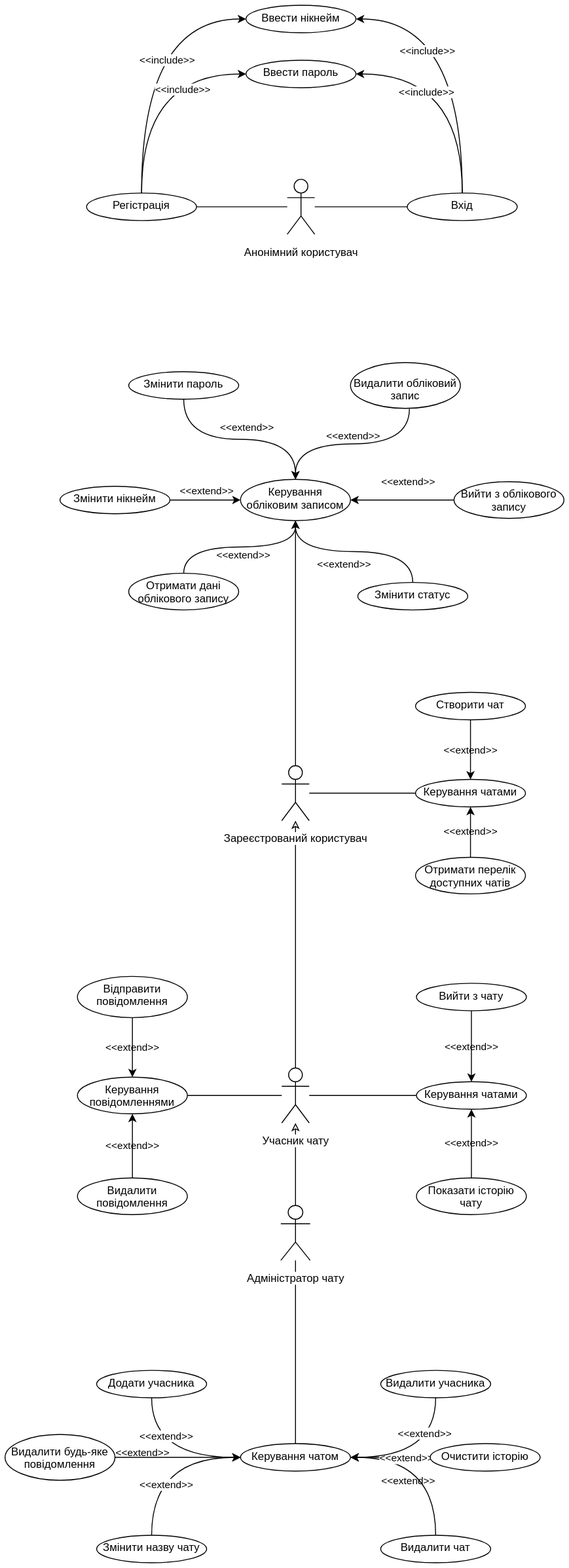
The draw.io diagram lab/img/Precedent_Diagram.svg in Aikmiros/Dotnet-labs, before a commit. Source tidied: cells renumbered, new cells last; positions are measured from the earlier drawing's top-left corner, leaving out a move shared by most shapes.
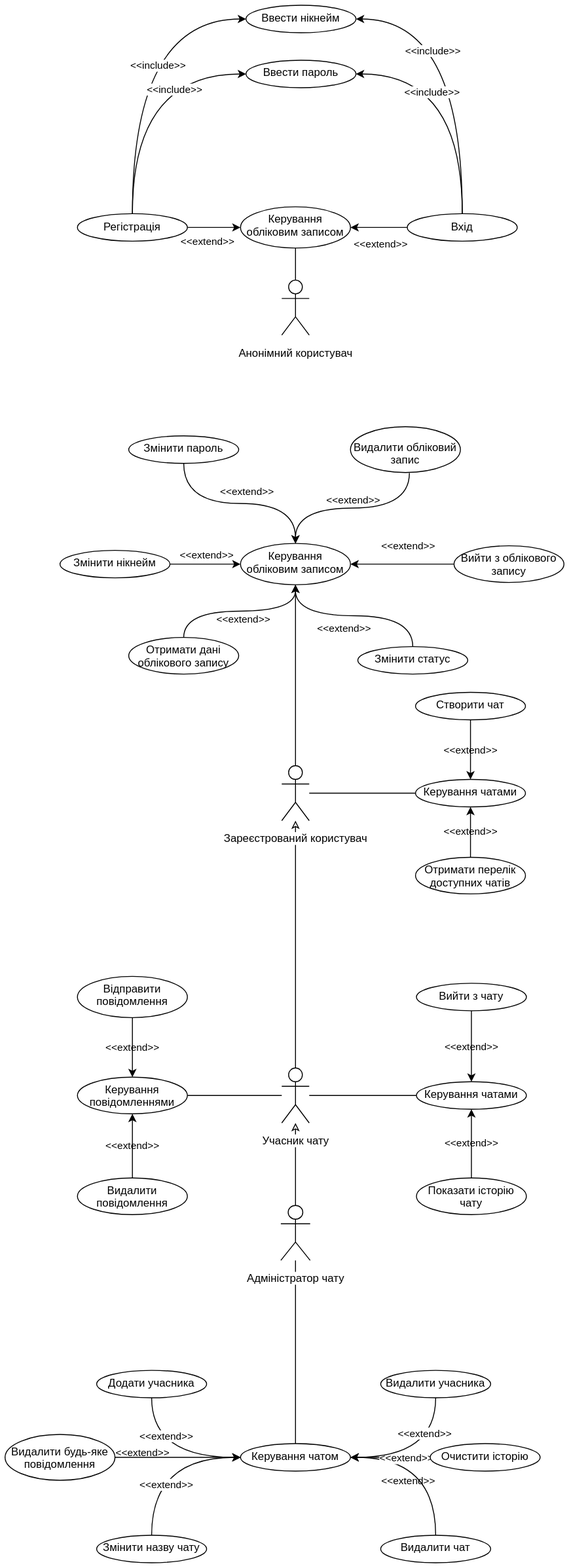
The same file after the commit.

Commit message:
Updated business tasks and process

The edit, as a diff of the source:
```diff
@@ -28,7 +28,7 @@
       <mxGeometry x="302" y="830" width="30" height="60" as="geometry" />
     </mxCell>
     <mxCell id="9" value="Змінити пароль" style="ellipse;whiteSpace=wrap;html=1;verticalAlign=top;" parent="1" vertex="1">
-      <mxGeometry x="135" y="400" width="120" height="30" as="geometry" />
+      <mxGeometry x="135" y="470" width="120" height="30" as="geometry" />
     </mxCell>
     <mxCell id="10" style="edgeStyle=orthogonalEdgeStyle;rounded=0;jettySize=auto;html=1;endArrow=classic;endFill=0;" parent="1" edge="1" source="11" target="12">
       <mxGeometry relative="1" as="geometry" />
@@ -43,34 +43,46 @@
       <mxGeometry x="0.11" y="14" relative="1" as="geometry" />
     </mxCell>
     <mxCell id="14" value="Змінити статус" style="ellipse;whiteSpace=wrap;html=1;verticalAlign=top;" parent="1" vertex="1">
-      <mxGeometry x="385" y="630" width="120" height="30" as="geometry" />
+      <mxGeometry x="385" y="700" width="120" height="30" as="geometry" />
     </mxCell>
     <mxCell id="15" value="&#10;&#10;&lt;span style=&quot;color: rgb(0, 0, 0); font-family: helvetica; font-size: 11px; font-style: normal; font-weight: 400; letter-spacing: normal; text-align: center; text-indent: 0px; text-transform: none; word-spacing: 0px; display: inline; float: none;&quot;&gt;&amp;lt;&amp;lt;extend&amp;gt;&amp;gt;&lt;/span&gt;&#10;&#10;" style="edgeStyle=orthogonalEdgeStyle;rounded=0;jettySize=auto;html=1;exitX=1;exitY=0.5;exitDx=0;exitDy=0;curved=1;entryX=0;entryY=0.5;entryDx=0;entryDy=0;labelBackgroundColor=none;" parent="1" edge="1" source="16" target="56">
       <mxGeometry x="0.04" y="10" relative="1" as="geometry" />
     </mxCell>
     <mxCell id="16" value="Змінити нікнейм" style="ellipse;whiteSpace=wrap;html=1;verticalAlign=top;" parent="1" vertex="1">
-      <mxGeometry x="60" y="525" width="120" height="30" as="geometry" />
+      <mxGeometry x="60" y="595" width="120" height="30" as="geometry" />
     </mxCell>
     <mxCell id="17" value="&#10;&#10;&lt;span style=&quot;color: rgb(0, 0, 0); font-family: helvetica; font-size: 11px; font-style: normal; font-weight: 400; letter-spacing: normal; text-align: center; text-indent: 0px; text-transform: none; word-spacing: 0px; display: inline; float: none;&quot;&gt;&amp;lt;&amp;lt;extend&amp;gt;&amp;gt;&lt;/span&gt;&#10;&#10;" style="edgeStyle=orthogonalEdgeStyle;rounded=0;jettySize=auto;html=1;curved=1;entryX=0.5;entryY=0;entryDx=0;entryDy=0;exitX=0.536;exitY=1.011;exitDx=0;exitDy=0;exitPerimeter=0;labelBackgroundColor=none;" parent="1" edge="1" source="18" target="56">
       <mxGeometry x="-0.01" y="-9" relative="1" as="geometry" />
     </mxCell>
     <mxCell id="18" value="Видалити обліковий запис" style="ellipse;whiteSpace=wrap;html=1;verticalAlign=top;spacingTop=9;" parent="1" vertex="1">
-      <mxGeometry x="377" y="390" width="120" height="50" as="geometry" />
+      <mxGeometry x="377" y="460" width="120" height="50" as="geometry" />
     </mxCell>
     <mxCell id="19" value="&lt;span style=&quot;background-color: rgb(255 , 255 , 255)&quot;&gt;Анонімний користувач&lt;/span&gt;" style="shape=umlActor;verticalLabelPosition=bottom;verticalAlign=top;html=1;outlineConnect=0;spacingTop=6;" parent="1" vertex="1">
-      <mxGeometry x="308" y="190" width="30" height="60" as="geometry" />
+      <mxGeometry x="302" y="300" width="30" height="60" as="geometry" />
     </mxCell>
-    <mxCell id="20" style="edgeStyle=orthogonalEdgeStyle;rounded=0;jettySize=auto;html=1;endArrow=none;endFill=0;" parent="1" edge="1" source="19" target="21">
-      <mxGeometry relative="1" as="geometry" />
+    <mxCell id="20" style="edgeStyle=orthogonalEdgeStyle;rounded=0;jettySize=auto;html=1;endArrow=none;endFill=0;curved=1;startArrow=classic;startFill=1;" parent="1" edge="1" source="76" target="21">
+      <mxGeometry relative="1" as="geometry">
+        <Array as="points">
+          <mxPoint x="230" y="243" />
+          <mxPoint x="230" y="243" />
+        </Array>
+      </mxGeometry>
     </mxCell>
+    <mxCell id="74" value="&amp;lt;&amp;lt;extend&amp;gt;&amp;gt;" style="edgeLabel;html=1;align=center;verticalAlign=middle;" parent="20" vertex="1">
+      <mxGeometry x="-0.67" y="2" relative="1" as="geometry">
+        <mxPoint x="-28" y="13" as="offset" />
+      </mxGeometry>
+    </mxCell>
     <mxCell id="21" value="Регістрація" style="ellipse;whiteSpace=wrap;html=1;verticalAlign=top;" parent="1" vertex="1">
-      <mxGeometry x="89" y="205" width="120" height="30" as="geometry" />
+      <mxGeometry x="79" y="227.5" width="120" height="30" as="geometry" />
     </mxCell>
-    <mxCell id="22" style="edgeStyle=orthogonalEdgeStyle;rounded=0;jettySize=auto;html=1;endArrow=none;endFill=0;" parent="1" edge="1" source="19" target="23">
-      <mxGeometry relative="1" as="geometry" />
+    <mxCell id="22" value="&amp;lt;&amp;lt;extend&amp;gt;&amp;gt;" style="edgeStyle=orthogonalEdgeStyle;rounded=0;jettySize=auto;html=1;endArrow=none;endFill=0;exitX=1;exitY=0.5;exitDx=0;exitDy=0;curved=1;startArrow=classic;startFill=1;" parent="1" edge="1" source="76" target="23">
+      <mxGeometry x="0.06" y="-17" relative="1" as="geometry">
+        <mxPoint y="1" as="offset" />
+      </mxGeometry>
     </mxCell>
     <mxCell id="23" value="Вхід" style="ellipse;whiteSpace=wrap;html=1;verticalAlign=top;" parent="1" vertex="1">
-      <mxGeometry x="439" y="205" width="120" height="30" as="geometry" />
+      <mxGeometry x="439" y="227.5" width="120" height="30" as="geometry" />
     </mxCell>
     <mxCell id="24" value="&#10;&#10;&lt;span style=&quot;color: rgb(0, 0, 0); font-family: helvetica; font-size: 11px; font-style: normal; font-weight: 400; letter-spacing: normal; text-align: center; text-indent: 0px; text-transform: none; word-spacing: 0px; display: inline; float: none;&quot;&gt;&amp;lt;&amp;lt;extend&amp;gt;&amp;gt;&lt;/span&gt;&#10;&#10;" style="edgeStyle=orthogonalEdgeStyle;rounded=0;jettySize=auto;html=1;curved=1;exitX=0.5;exitY=0;exitDx=0;exitDy=0;entryX=0.5;entryY=1;entryDx=0;entryDy=0;labelBackgroundColor=none;" parent="1" edge="1" source="25" target="58">
       <mxGeometry relative="1" as="geometry" />
@@ -82,7 +94,7 @@
       <mxGeometry x="0.04" y="-9" relative="1" as="geometry" />
     </mxCell>
     <mxCell id="27" value="Отримати дані облікового запису" style="ellipse;whiteSpace=wrap;html=1;verticalAlign=top;" parent="1" vertex="1">
-      <mxGeometry x="135" y="620" width="120" height="40" as="geometry" />
+      <mxGeometry x="135" y="690" width="120" height="40" as="geometry" />
     </mxCell>
     <mxCell id="28" value="&#10;&#10;&lt;span style=&quot;color: rgb(0, 0, 0); font-family: helvetica; font-size: 11px; font-style: normal; font-weight: 400; letter-spacing: normal; text-align: center; text-indent: 0px; text-transform: none; word-spacing: 0px; display: inline; float: none;&quot;&gt;&amp;lt;&amp;lt;extend&amp;gt;&amp;gt;&lt;/span&gt;&#10;&#10;" style="edgeStyle=orthogonalEdgeStyle;rounded=0;jettySize=auto;html=1;curved=1;entryX=0.5;entryY=0;entryDx=0;entryDy=0;exitX=0.5;exitY=1;exitDx=0;exitDy=0;labelBackgroundColor=none;" parent="1" edge="1" source="29" target="60">
       <mxGeometry relative="1" as="geometry" />
@@ -165,13 +177,13 @@
       <mxGeometry x="-0.12" y="-20" relative="1" as="geometry" />
     </mxCell>
     <mxCell id="54" value="Вийти з облікового запису" style="ellipse;whiteSpace=wrap;html=1;verticalAlign=top;" parent="1" vertex="1">
-      <mxGeometry x="490" y="520" width="120" height="40" as="geometry" />
+      <mxGeometry x="490" y="590" width="120" height="40" as="geometry" />
     </mxCell>
     <mxCell id="55" style="edgeStyle=orthogonalEdgeStyle;rounded=0;jettySize=auto;html=1;endArrow=none;endFill=0;" parent="1" edge="1" source="8" target="56">
       <mxGeometry relative="1" as="geometry" />
     </mxCell>
     <mxCell id="56" value="Керування обліковим записом" style="ellipse;whiteSpace=wrap;html=1;verticalAlign=top;" parent="1" vertex="1">
-      <mxGeometry x="257" y="517.5" width="120" height="45" as="geometry" />
+      <mxGeometry x="257" y="587.5" width="120" height="45" as="geometry" />
     </mxCell>
     <mxCell id="57" style="edgeStyle=orthogonalEdgeStyle;rounded=0;jettySize=auto;html=1;curved=1;endArrow=none;endFill=0;" parent="1" edge="1" source="8" target="58">
       <mxGeometry relative="1" as="geometry" />
@@ -224,5 +236,11 @@
     <mxCell id="73" value="Керування чатом" style="ellipse;whiteSpace=wrap;html=1;verticalAlign=top;" parent="1" vertex="1">
       <mxGeometry x="257" y="1570" width="120" height="30" as="geometry" />
     </mxCell>
+    <mxCell id="75" style="edgeStyle=orthogonalEdgeStyle;rounded=0;jettySize=auto;html=1;endArrow=none;endFill=0;" parent="1" edge="1" source="19" target="76">
+      <mxGeometry relative="1" as="geometry" />
+    </mxCell>
+    <mxCell id="76" value="Керування обліковим записом" style="ellipse;whiteSpace=wrap;html=1;verticalAlign=top;" parent="1" vertex="1">
+      <mxGeometry x="257" y="220" width="120" height="45" as="geometry" />
+    </mxCell>
   </root>
 </mxGraphModel>
```
